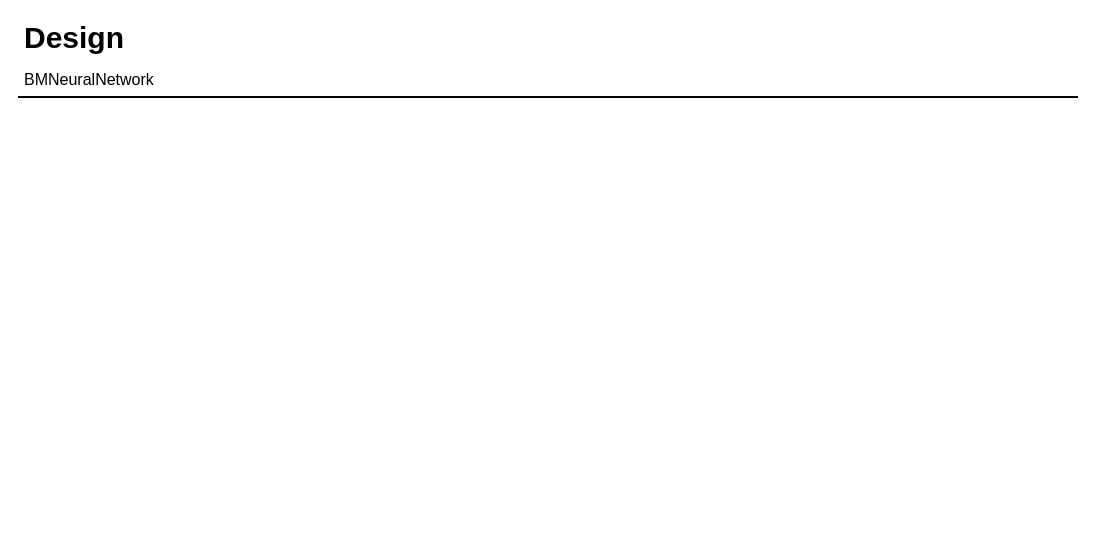
OofNSquared/BMNeuralEngine keeps this draw.io diagram as src/Untitled Diagram.drawio. Above is the earlier version. Source tidied: cells renumbered, new cells numbered last; positions are measured from the earlier drawing's top-left corner, leaving out a move shared by most shapes. Both pictures are drawn from the tidied source at 100%, with x=0, y=0 at pixel (17, 16).
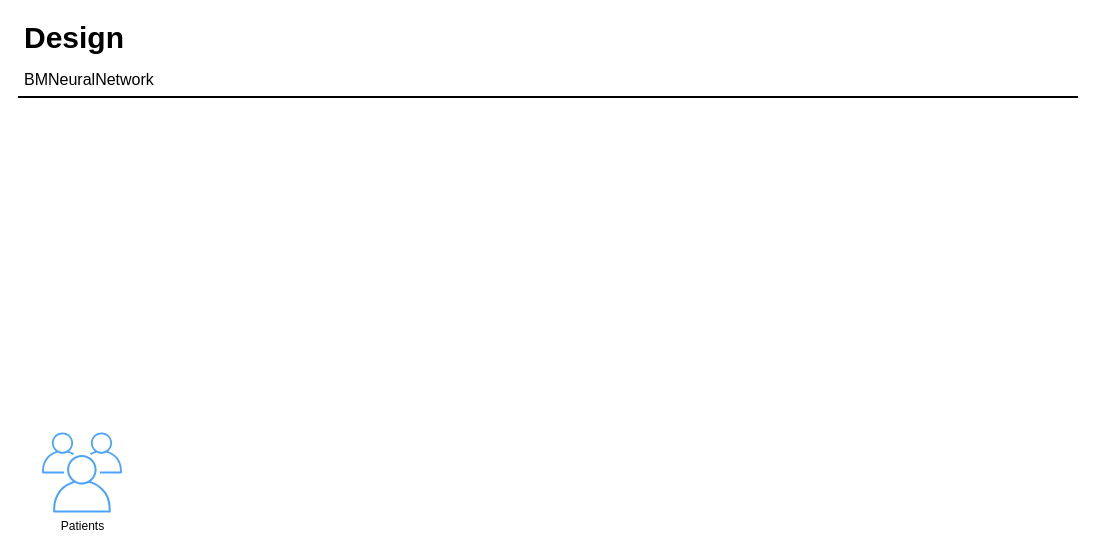
The same diagram, later.

Change to the diagram source:
```diff
@@
 <mxGraphModel>
   <root>
     <mxCell id="0" />
     <mxCell id="1" parent="0" />
     <mxCell id="2" value="Design" style="text;html=1;align=left;verticalAlign=top;spacingTop=-4;fontSize=30;fontStyle=1;" parent="1" vertex="1">
       <mxGeometry x="4.5" y="0.5" width="120" height="40" as="geometry" />
     </mxCell>
     <mxCell id="3" value="BMNeuralNetwork" style="text;html=1;align=left;verticalAlign=top;spacingTop=-4;fontSize=16;" parent="1" vertex="1">
       <mxGeometry x="4.5" y="50.5" width="150" height="30" as="geometry" />
     </mxCell>
     <mxCell id="4" style="line;strokeWidth=2;html=1;fontSize=14;" parent="1" vertex="1">
       <mxGeometry x="0.5" y="75.5" width="1060" height="10" as="geometry" />
     </mxCell>
+    <mxCell id="5" value="Patients" style="sketch=0;dashed=0;verticalLabelPosition=bottom;verticalAlign=top;align=center;html=1;fontSize=12;fontStyle=0;shape=mxgraph.aws4.illustration_users;fillColor=#4AA4FF;" parent="1" vertex="1">
+      <mxGeometry x="24.5" y="416" width="80" height="80" as="geometry" />
+    </mxCell>
   </root>
 </mxGraphModel>
```
